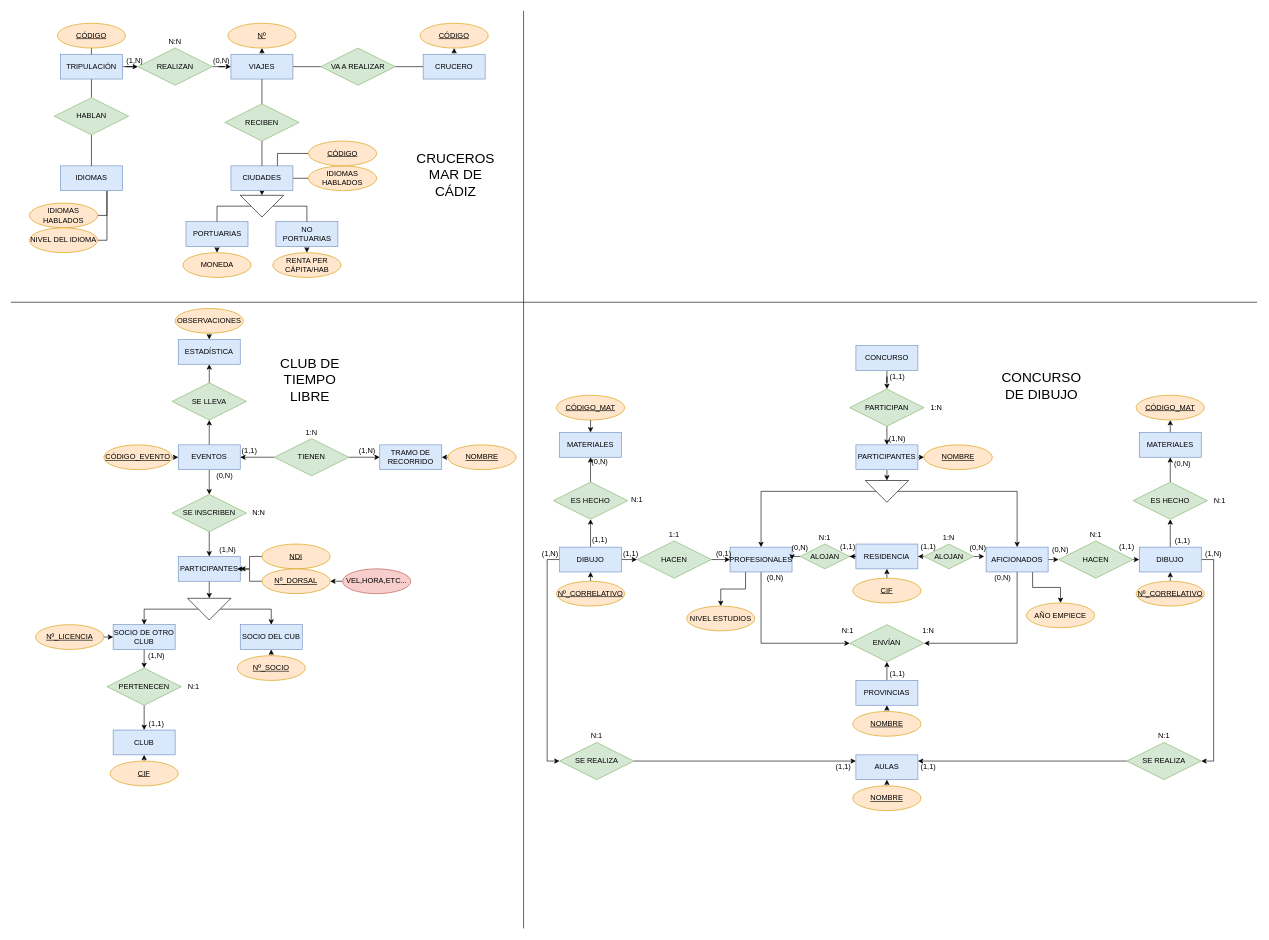
Above: Untitled Diagram.drawio in Axel-Vicente/BBDD (draw.io), before the change. Source tidied: cells renumbered, new cells numbered last; positions are measured from the earlier drawing's top-left corner, leaving out a move shared by most shapes. Both pictures are drawn from the tidied source at 62%, with x=0, y=0 at pixel (11, 11).
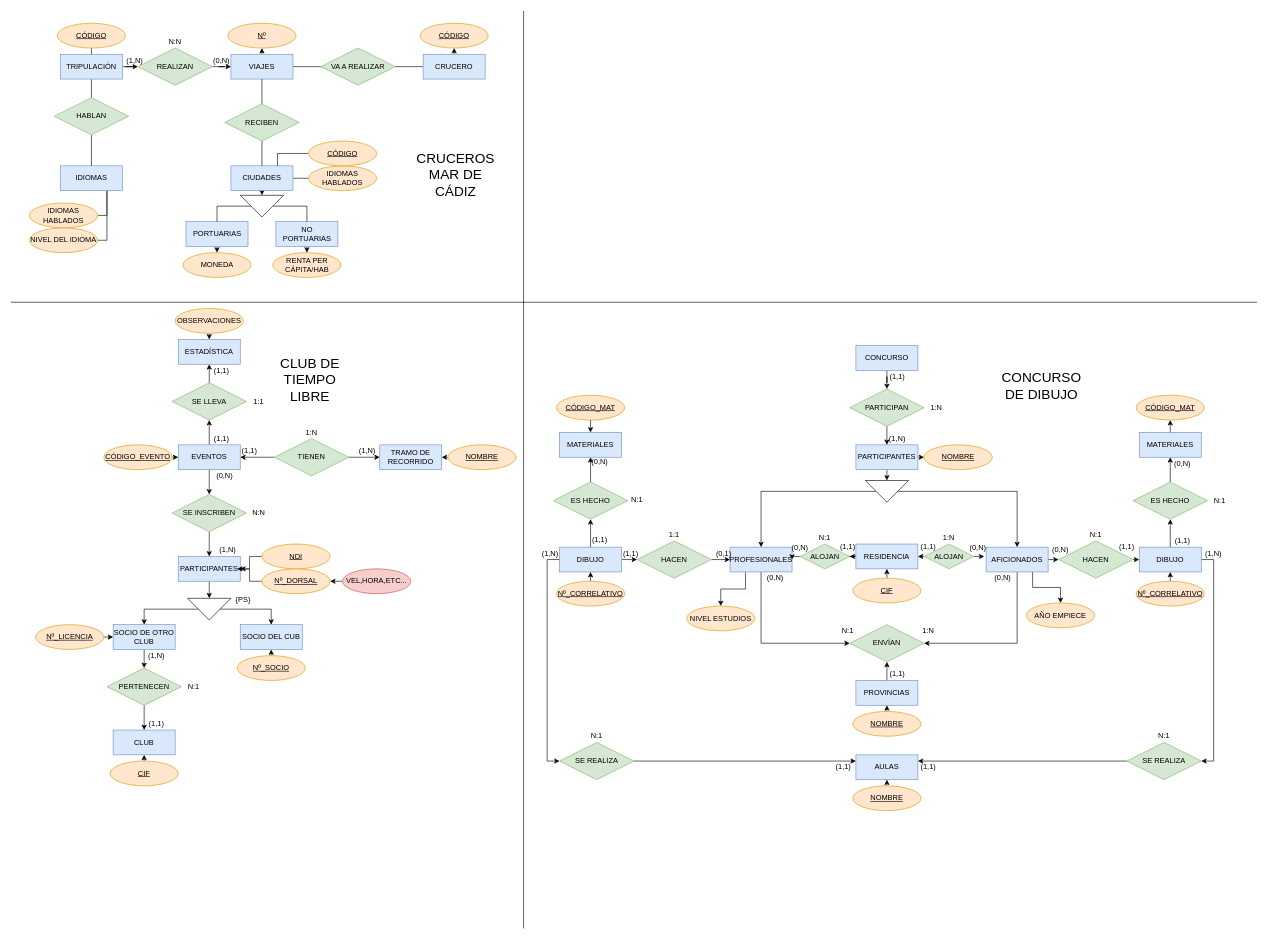
After the change.

Diff of the diagram source:
```diff
@@
+    <mxCell id="199" value="(1,1)" style="text;html=1;strokeColor=none;fillColor=none;align=center;verticalAlign=middle;whiteSpace=wrap;rounded=0;" parent="1" vertex="1">
+      <mxGeometry x="320" y="680" width="40" height="20" as="geometry" />
+    </mxCell>
+    <mxCell id="200" value="(1,1)" style="text;html=1;strokeColor=none;fillColor=none;align=center;verticalAlign=middle;whiteSpace=wrap;rounded=0;" parent="1" vertex="1">
+      <mxGeometry x="320" y="570" width="40" height="20" as="geometry" />
+    </mxCell>
+    <mxCell id="201" value="1:1" style="text;html=1;strokeColor=none;fillColor=none;align=center;verticalAlign=middle;whiteSpace=wrap;rounded=0;" parent="1" vertex="1">
+      <mxGeometry x="380" y="620" width="40" height="20" as="geometry" />
+    </mxCell>
+    <mxCell id="202" value="{PS}" style="text;html=1;strokeColor=none;fillColor=none;align=center;verticalAlign=middle;whiteSpace=wrap;rounded=0;" parent="1" vertex="1">
+      <mxGeometry x="355" y="940" width="40" height="20" as="geometry" />
+    </mxCell>
```
